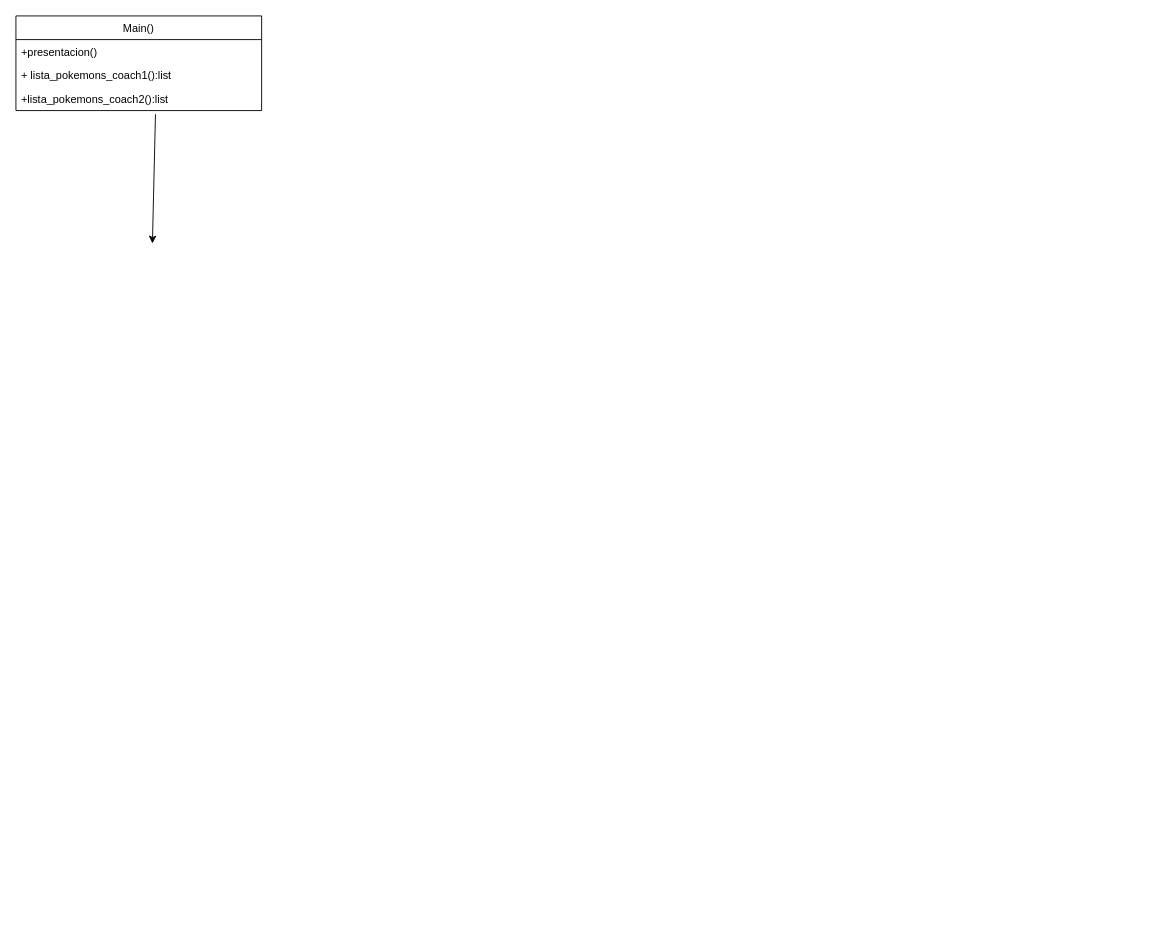
This is diagramas_flujo/pokemons_2.drawio from martinagg7/parcialPOO, a draw.io file, before an edit. Source tidied: cells renumbered, new cells numbered last; positions are measured from the earlier drawing's top-left corner, leaving out a move shared by most shapes. Both pictures are drawn from the tidied source at 91%, with x=0, y=0 at pixel (15, 15).
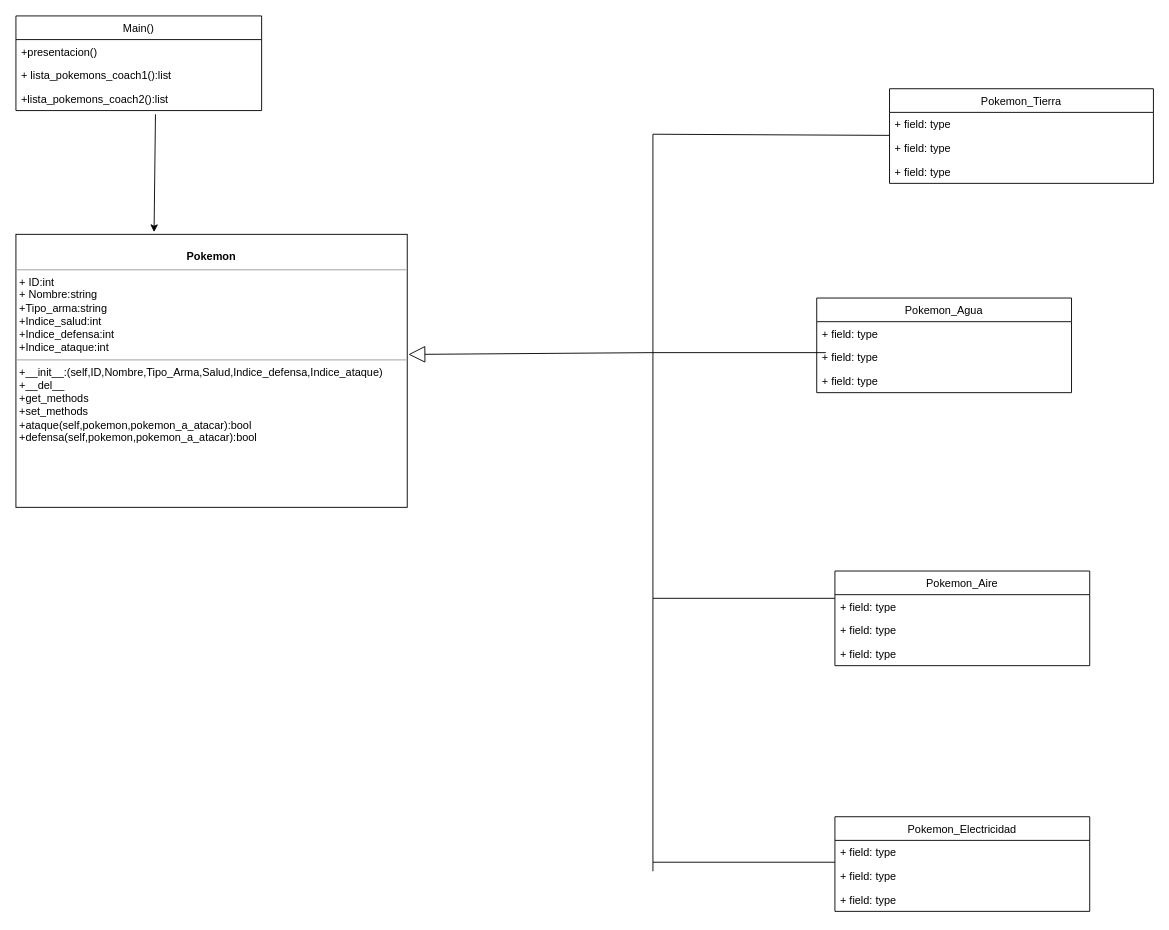
The same page after the edit.

The change refers to these unchanged cells:
```xml
<mxCell id="5" value="+lista_pokemons_coach2():list" style="text;strokeColor=none;fillColor=none;align=left;verticalAlign=top;spacingLeft=4;spacingRight=4;overflow=hidden;points=[[0,0.5],[1,0.5]];portConstraint=eastwest;" parent="2" vertex="1">
  <mxGeometry y="78" width="270" height="26" as="geometry" />
</mxCell>
```

The edit, as a diff of the source:
```diff
@@
-    <mxCell id="6" style="endArrow=classic;html=1;exitX=0.568;exitY=1.157;exitDx=0;exitDy=0;exitPerimeter=0;" parent="1" edge="1" source="5">
-      <mxGeometry relative="1" as="geometry">
-        <mxPoint x="150" y="250" as="targetPoint" />
-      </mxGeometry>
+    <mxCell id="6" style="endArrow=classic;html=1;exitX=0.568;exitY=1.157;exitDx=0;exitDy=0;exitPerimeter=0;entryX=0.353;entryY=-0.008;entryDx=0;entryDy=0;entryPerimeter=0;" parent="1" edge="1" source="5" target="7">
+      <mxGeometry relative="1" as="geometry" />
     </mxCell>
+    <mxCell id="7" value="&lt;p style=&quot;margin: 0px ; margin-top: 4px ; text-align: center&quot;&gt;&lt;br&gt;&lt;b&gt;Pokemon&lt;/b&gt;&lt;/p&gt;&lt;hr size=&quot;1&quot;&gt;&lt;p style=&quot;margin: 0px ; margin-left: 4px&quot;&gt;+ ID:int&lt;br&gt;+ Nombre:string&lt;/p&gt;&lt;p style=&quot;margin: 0px ; margin-left: 4px&quot;&gt;+Tipo_arma:string&lt;/p&gt;&lt;p style=&quot;margin: 0px ; margin-left: 4px&quot;&gt;+Indice_salud:int&lt;/p&gt;&lt;p style=&quot;margin: 0px ; margin-left: 4px&quot;&gt;+Indice_defensa:int&lt;/p&gt;&lt;p style=&quot;margin: 0px ; margin-left: 4px&quot;&gt;+Indice_ataque:int&lt;/p&gt;&lt;hr size=&quot;1&quot;&gt;&lt;p style=&quot;margin: 0px ; margin-left: 4px&quot;&gt;+__init__:(self,ID,Nombre,Tipo_Arma,Salud,Indice_defensa,Indice_ataque)&lt;/p&gt;&lt;p style=&quot;margin: 0px ; margin-left: 4px&quot;&gt;+__del__&lt;/p&gt;&lt;p style=&quot;margin: 0px ; margin-left: 4px&quot;&gt;+get_methods&lt;/p&gt;&lt;p style=&quot;margin: 0px ; margin-left: 4px&quot;&gt;+set_methods&lt;/p&gt;&lt;p style=&quot;margin: 0px ; margin-left: 4px&quot;&gt;+ataque(self,pokemon,pokemon_a_atacar):bool&lt;/p&gt;&lt;p style=&quot;margin: 0px ; margin-left: 4px&quot;&gt;+defensa(self,pokemon,pokemon_a_atacar):bool&lt;/p&gt;" style="verticalAlign=top;align=left;overflow=fill;fontSize=12;fontFamily=Helvetica;html=1;" parent="1" vertex="1">
+      <mxGeometry y="240" width="430" height="300" as="geometry" />
+    </mxCell>
+    <mxCell id="8" style="endArrow=none;html=1;" parent="1" edge="1">
+      <mxGeometry relative="1" as="geometry">
+        <mxPoint x="700" y="940" as="sourcePoint" />
+        <mxPoint x="700" y="130" as="targetPoint" />
+      </mxGeometry>
+    </mxCell>
+    <mxCell id="9" style="endArrow=block;endSize=16;endFill=0;html=1;entryX=1.003;entryY=0.44;entryDx=0;entryDy=0;entryPerimeter=0;" parent="1" edge="1" target="7">
+      <mxGeometry relative="1" as="geometry">
+        <mxPoint x="700" y="370" as="sourcePoint" />
+      </mxGeometry>
+    </mxCell>
+    <mxCell id="10" style="endArrow=none;html=1;" parent="1" edge="1">
+      <mxGeometry relative="1" as="geometry">
+        <mxPoint x="890" y="370" as="sourcePoint" />
+        <mxPoint x="700" y="370" as="targetPoint" />
+      </mxGeometry>
+    </mxCell>
+    <mxCell id="11" style="endArrow=none;html=1;" parent="1" edge="1">
+      <mxGeometry relative="1" as="geometry">
+        <mxPoint x="900" y="640" as="sourcePoint" />
+        <mxPoint x="700" y="640" as="targetPoint" />
+      </mxGeometry>
+    </mxCell>
+    <mxCell id="12" style="endArrow=none;html=1;" parent="1" edge="1" target="13">
+      <mxGeometry relative="1" as="geometry">
+        <mxPoint x="700" y="130" as="sourcePoint" />
+      </mxGeometry>
+    </mxCell>
+    <mxCell id="13" value="Pokemon_Tierra" style="swimlane;fontStyle=0;horizontal=1;startSize=26;fillColor=none;" parent="1" vertex="1">
+      <mxGeometry x="960" y="80" width="290" height="104" as="geometry" />
+    </mxCell>
+    <mxCell id="14" value="+ field: type" style="text;strokeColor=none;fillColor=none;align=left;verticalAlign=top;spacingLeft=4;spacingRight=4;overflow=hidden;" parent="13" vertex="1">
+      <mxGeometry y="26" width="290" height="26" as="geometry" />
+    </mxCell>
+    <mxCell id="15" value="+ field: type" style="text;strokeColor=none;fillColor=none;align=left;verticalAlign=top;spacingLeft=4;spacingRight=4;overflow=hidden;" parent="13" vertex="1">
+      <mxGeometry y="52" width="290" height="26" as="geometry" />
+    </mxCell>
+    <mxCell id="16" value="+ field: type" style="text;strokeColor=none;fillColor=none;align=left;verticalAlign=top;spacingLeft=4;spacingRight=4;overflow=hidden;" parent="13" vertex="1">
+      <mxGeometry y="78" width="290" height="26" as="geometry" />
+    </mxCell>
+    <mxCell id="17" value="Pokemon_Aire" style="swimlane;fontStyle=0;horizontal=1;startSize=26;fillColor=none;" parent="1" vertex="1">
+      <mxGeometry x="900" y="610" width="280" height="104" as="geometry" />
+    </mxCell>
+    <mxCell id="18" value="+ field: type" style="text;strokeColor=none;fillColor=none;align=left;verticalAlign=top;spacingLeft=4;spacingRight=4;overflow=hidden;" parent="17" vertex="1">
+      <mxGeometry y="26" width="280" height="26" as="geometry" />
+    </mxCell>
+    <mxCell id="19" value="+ field: type" style="text;strokeColor=none;fillColor=none;align=left;verticalAlign=top;spacingLeft=4;spacingRight=4;overflow=hidden;" parent="17" vertex="1">
+      <mxGeometry y="52" width="280" height="26" as="geometry" />
+    </mxCell>
+    <mxCell id="20" value="+ field: type" style="text;strokeColor=none;fillColor=none;align=left;verticalAlign=top;spacingLeft=4;spacingRight=4;overflow=hidden;" parent="17" vertex="1">
+      <mxGeometry y="78" width="280" height="26" as="geometry" />
+    </mxCell>
+    <mxCell id="21" value="Pokemon_Agua" style="swimlane;fontStyle=0;horizontal=1;startSize=26;fillColor=none;" parent="1" vertex="1">
+      <mxGeometry x="880" y="310" width="280" height="104" as="geometry" />
+    </mxCell>
+    <mxCell id="22" value="+ field: type" style="text;strokeColor=none;fillColor=none;align=left;verticalAlign=top;spacingLeft=4;spacingRight=4;overflow=hidden;" parent="21" vertex="1">
+      <mxGeometry y="26" width="280" height="26" as="geometry" />
+    </mxCell>
+    <mxCell id="23" value="+ field: type" style="text;strokeColor=none;fillColor=none;align=left;verticalAlign=top;spacingLeft=4;spacingRight=4;overflow=hidden;" parent="21" vertex="1">
+      <mxGeometry y="52" width="280" height="26" as="geometry" />
+    </mxCell>
+    <mxCell id="24" value="+ field: type" style="text;strokeColor=none;fillColor=none;align=left;verticalAlign=top;spacingLeft=4;spacingRight=4;overflow=hidden;" parent="21" vertex="1">
+      <mxGeometry y="78" width="280" height="26" as="geometry" />
+    </mxCell>
+    <mxCell id="25" style="endArrow=none;html=1;" parent="1" edge="1">
+      <mxGeometry relative="1" as="geometry">
+        <mxPoint x="900" y="930" as="sourcePoint" />
+        <mxPoint x="700" y="930" as="targetPoint" />
+      </mxGeometry>
+    </mxCell>
+    <mxCell id="26" value="Pokemon_Electricidad" style="swimlane;fontStyle=0;horizontal=1;startSize=26;fillColor=none;" parent="1" vertex="1">
+      <mxGeometry x="900" y="880" width="280" height="104" as="geometry" />
+    </mxCell>
+    <mxCell id="27" value="+ field: type" style="text;strokeColor=none;fillColor=none;align=left;verticalAlign=top;spacingLeft=4;spacingRight=4;overflow=hidden;" parent="26" vertex="1">
+      <mxGeometry y="26" width="280" height="26" as="geometry" />
+    </mxCell>
+    <mxCell id="28" value="+ field: type" style="text;strokeColor=none;fillColor=none;align=left;verticalAlign=top;spacingLeft=4;spacingRight=4;overflow=hidden;" parent="26" vertex="1">
+      <mxGeometry y="52" width="280" height="26" as="geometry" />
+    </mxCell>
+    <mxCell id="29" value="+ field: type" style="text;strokeColor=none;fillColor=none;align=left;verticalAlign=top;spacingLeft=4;spacingRight=4;overflow=hidden;" parent="26" vertex="1">
+      <mxGeometry y="78" width="280" height="26" as="geometry" />
+    </mxCell>
```
